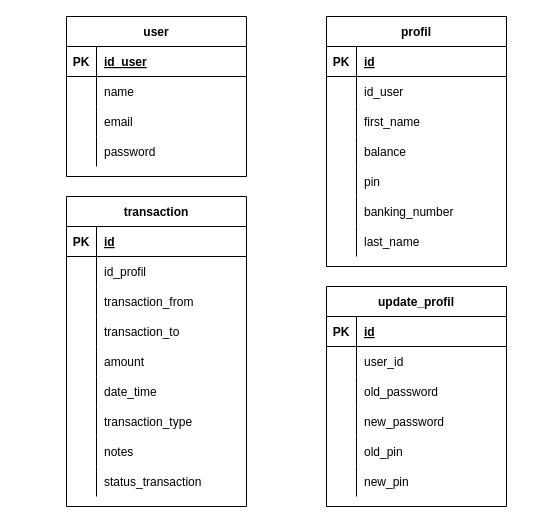
HimawanArifSM/fw9-backend keeps this draw.io diagram as erd.drawio. Above is the earlier version. Source tidied: cells renumbered, new cells numbered last; positions are measured from the earlier drawing's top-left corner, leaving out a move shared by most shapes. Both pictures are drawn from the tidied source at 100%, with x=0, y=0 at pixel (66, 16).
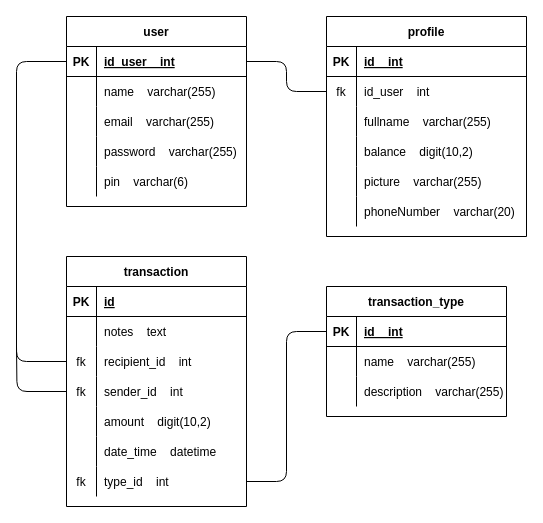
After the change.

Commit message:
chore: fixing tables database

Unchanged cells that the change refers to:
```xml
<mxCell id="3" style="shape=partialRectangle;fillColor=none;top=0;left=0;bottom=1;right=0;points=[[0,0.5],[1,0.5]];portConstraint=eastwest;" parent="2" vertex="1">
  <mxGeometry y="30" width="180" height="30" as="geometry" />
</mxCell>
<mxCell id="6" style="shape=partialRectangle;fillColor=none;top=0;left=0;bottom=0;right=0;" parent="2" vertex="1">
  <mxGeometry y="60" width="180" height="30" as="geometry" />
</mxCell>
<mxCell id="9" style="shape=partialRectangle;fillColor=none;top=0;left=0;bottom=0;right=0;" parent="2" vertex="1">
  <mxGeometry y="90" width="180" height="30" as="geometry" />
</mxCell>
<mxCell id="12" style="shape=partialRectangle;fillColor=none;top=0;left=0;bottom=0;right=0;" parent="2" vertex="1">
  <mxGeometry y="120" width="180" height="30" as="geometry" />
</mxCell>
<mxCell id="41" style="shape=partialRectangle;fillColor=none;top=0;left=0;bottom=0;right=0;" parent="37" vertex="1">
  <mxGeometry y="60" width="180" height="30" as="geometry" />
</mxCell>
<mxCell id="44" style="shape=partialRectangle;fillColor=none;top=0;left=0;bottom=0;right=0;points=[[0,0.5],[1,0.5]];portConstraint=eastwest;" parent="37" vertex="1">
  <mxGeometry y="90" width="180" height="30" as="geometry" />
</mxCell>
<mxCell id="47" style="shape=partialRectangle;fillColor=none;top=0;left=0;bottom=0;right=0;points=[[0,0.5],[1,0.5]];portConstraint=eastwest;" parent="37" vertex="1">
  <mxGeometry y="120" width="180" height="30" as="geometry" />
</mxCell>
<mxCell id="50" style="shape=partialRectangle;fillColor=none;top=0;left=0;bottom=0;right=0;" parent="37" vertex="1">
  <mxGeometry y="150" width="180" height="30" as="geometry" />
</mxCell>
<mxCell id="53" style="shape=partialRectangle;fillColor=none;top=0;left=0;bottom=0;right=0;" parent="37" vertex="1">
  <mxGeometry y="180" width="180" height="30" as="geometry" />
</mxCell>
<mxCell id="56" style="shape=partialRectangle;fillColor=none;top=0;left=0;bottom=0;right=0;points=[[0,0.5],[1,0.5]];portConstraint=eastwest;" parent="37" vertex="1">
  <mxGeometry y="210" width="180" height="30" as="geometry" />
</mxCell>
<mxCell id="66" style="shape=partialRectangle;fillColor=none;top=0;left=0;bottom=1;right=0;points=[[0,0.5],[1,0.5]];portConstraint=eastwest;" parent="65" vertex="1">
  <mxGeometry y="30" width="180" height="30" as="geometry" />
</mxCell>
<mxCell id="69" style="shape=partialRectangle;fillColor=none;top=0;left=0;bottom=0;right=0;" parent="65" vertex="1">
  <mxGeometry y="60" width="180" height="30" as="geometry" />
</mxCell>
<mxCell id="72" style="shape=partialRectangle;fillColor=none;top=0;left=0;bottom=0;right=0;" parent="65" vertex="1">
  <mxGeometry y="90" width="180" height="30" as="geometry" />
</mxCell>
```

Diff of the diagram source:
```diff
@@
     <mxCell id="2" value="user" style="shape=table;startSize=30;childLayout=tableLayout;rowLines=0;fontStyle=1;align=center;" parent="1" vertex="1">
-      <mxGeometry width="180" height="160" as="geometry" />
+      <mxGeometry width="180" height="190" as="geometry" />
     </mxCell>
@@
-    <mxCell id="5" value="id_user" style="shape=partialRectangle;fillColor=none;top=0;left=0;bottom=0;right=0;align=left;spacingLeft=6;fontStyle=5;overflow=hidden;" parent="3" vertex="1">
+    <mxCell id="5" value="id_user    int" style="shape=partialRectangle;fillColor=none;top=0;left=0;bottom=0;right=0;align=left;spacingLeft=6;fontStyle=5;overflow=hidden;" parent="3" vertex="1">
       <mxGeometry x="30" width="150" height="30" as="geometry" />
     </mxCell>
@@
-    <mxCell id="8" value="name" style="shape=partialRectangle;fillColor=none;top=0;left=0;bottom=0;right=0;align=left;spacingLeft=6;overflow=hidden;" parent="6" vertex="1">
+    <mxCell id="8" value="name    varchar(255)" style="shape=partialRectangle;fillColor=none;top=0;left=0;bottom=0;right=0;align=left;spacingLeft=6;overflow=hidden;" parent="6" vertex="1">
       <mxGeometry x="30" width="150" height="30" as="geometry" />
     </mxCell>
@@
-    <mxCell id="11" value="email" style="shape=partialRectangle;fillColor=none;top=0;left=0;bottom=0;right=0;align=left;spacingLeft=6;overflow=hidden;" parent="9" vertex="1">
+    <mxCell id="11" value="email    varchar(255)" style="shape=partialRectangle;fillColor=none;top=0;left=0;bottom=0;right=0;align=left;spacingLeft=6;overflow=hidden;" parent="9" vertex="1">
       <mxGeometry x="30" width="150" height="30" as="geometry" />
     </mxCell>
@@
-    <mxCell id="14" value="password" style="shape=partialRectangle;fillColor=none;top=0;left=0;bottom=0;right=0;align=left;spacingLeft=6;overflow=hidden;" parent="12" vertex="1">
+    <mxCell id="14" value="password    varchar(255)" style="shape=partialRectangle;fillColor=none;top=0;left=0;bottom=0;right=0;align=left;spacingLeft=6;overflow=hidden;" parent="12" vertex="1">
       <mxGeometry x="30" width="150" height="30" as="geometry" />
     </mxCell>
+    <mxCell id="84" style="shape=partialRectangle;fillColor=none;top=0;left=0;bottom=0;right=0;" parent="2" vertex="1">
+      <mxGeometry y="150" width="180" height="30" as="geometry" />
+    </mxCell>
+    <mxCell id="85" style="shape=partialRectangle;fillColor=none;top=0;left=0;bottom=0;right=0;overflow=hidden;" parent="84" vertex="1">
+      <mxGeometry width="30" height="30" as="geometry" />
+    </mxCell>
+    <mxCell id="86" value="pin    varchar(6)" style="shape=partialRectangle;fillColor=none;top=0;left=0;bottom=0;right=0;align=left;spacingLeft=6;overflow=hidden;" parent="84" vertex="1">
+      <mxGeometry x="30" width="150" height="30" as="geometry" />
+    </mxCell>
-    <mxCell id="15" value="profil" style="shape=table;startSize=30;childLayout=tableLayout;rowLines=0;fontStyle=1;align=center;" parent="1" vertex="1">
-      <mxGeometry x="260" width="180" height="250" as="geometry" />
+    <mxCell id="15" value="profile" style="shape=table;startSize=30;childLayout=tableLayout;rowLines=0;fontStyle=1;align=center;" parent="1" vertex="1">
+      <mxGeometry x="260" width="200" height="220" as="geometry" />
     </mxCell>
     <mxCell id="16" style="shape=partialRectangle;fillColor=none;top=0;left=0;bottom=1;right=0;" parent="15" vertex="1">
-      <mxGeometry y="30" width="180" height="30" as="geometry" />
+      <mxGeometry y="30" width="200" height="30" as="geometry" />
     </mxCell>
@@
-    <mxCell id="18" value="id" style="shape=partialRectangle;fillColor=none;top=0;left=0;bottom=0;right=0;align=left;spacingLeft=6;fontStyle=5;overflow=hidden;" parent="16" vertex="1">
-      <mxGeometry x="30" width="150" height="30" as="geometry" />
+    <mxCell id="18" value="id    int" style="shape=partialRectangle;fillColor=none;top=0;left=0;bottom=0;right=0;align=left;spacingLeft=6;fontStyle=5;overflow=hidden;" parent="16" vertex="1">
+      <mxGeometry x="30" width="170" height="30" as="geometry" />
     </mxCell>
     <mxCell id="19" style="shape=partialRectangle;fillColor=none;top=0;left=0;bottom=0;right=0;points=[[0,0.5],[1,0.5]];portConstraint=eastwest;" parent="15" vertex="1">
-      <mxGeometry y="60" width="180" height="30" as="geometry" />
+      <mxGeometry y="60" width="200" height="30" as="geometry" />
     </mxCell>
-    <mxCell id="20" style="shape=partialRectangle;fillColor=none;top=0;left=0;bottom=0;right=0;overflow=hidden;" parent="19" vertex="1">
+    <mxCell id="20" value="fk" style="shape=partialRectangle;fillColor=none;top=0;left=0;bottom=0;right=0;overflow=hidden;" parent="19" vertex="1">
       <mxGeometry width="30" height="30" as="geometry" />
     </mxCell>
-    <mxCell id="21" value="id_user" style="shape=partialRectangle;fillColor=none;top=0;left=0;bottom=0;right=0;align=left;spacingLeft=6;overflow=hidden;" parent="19" vertex="1">
-      <mxGeometry x="30" width="150" height="30" as="geometry" />
+    <mxCell id="21" value="id_user    int" style="shape=partialRectangle;fillColor=none;top=0;left=0;bottom=0;right=0;align=left;spacingLeft=6;overflow=hidden;" parent="19" vertex="1">
+      <mxGeometry x="30" width="170" height="30" as="geometry" />
     </mxCell>
     <mxCell id="22" style="shape=partialRectangle;fillColor=none;top=0;left=0;bottom=0;right=0;" parent="15" vertex="1">
-      <mxGeometry y="90" width="180" height="30" as="geometry" />
+      <mxGeometry y="90" width="200" height="30" as="geometry" />
     </mxCell>
@@
-    <mxCell id="24" value="first_name" style="shape=partialRectangle;fillColor=none;top=0;left=0;bottom=0;right=0;align=left;spacingLeft=6;overflow=hidden;" parent="22" vertex="1">
-      <mxGeometry x="30" width="150" height="30" as="geometry" />
+    <mxCell id="24" value="fullname    varchar(255)" style="shape=partialRectangle;fillColor=none;top=0;left=0;bottom=0;right=0;align=left;spacingLeft=6;overflow=hidden;" parent="22" vertex="1">
+      <mxGeometry x="30" width="170" height="30" as="geometry" />
     </mxCell>
     <mxCell id="25" style="shape=partialRectangle;fillColor=none;top=0;left=0;bottom=0;right=0;" parent="15" vertex="1">
-      <mxGeometry y="120" width="180" height="30" as="geometry" />
+      <mxGeometry y="120" width="200" height="30" as="geometry" />
     </mxCell>
@@
-    <mxCell id="27" value="balance" style="shape=partialRectangle;fillColor=none;top=0;left=0;bottom=0;right=0;align=left;spacingLeft=6;overflow=hidden;" parent="25" vertex="1">
-      <mxGeometry x="30" width="150" height="30" as="geometry" />
+    <mxCell id="27" value="balance    digit(10,2)" style="shape=partialRectangle;fillColor=none;top=0;left=0;bottom=0;right=0;align=left;spacingLeft=6;overflow=hidden;" parent="25" vertex="1">
+      <mxGeometry x="30" width="170" height="30" as="geometry" />
     </mxCell>
-    <mxCell id="28" style="shape=partialRectangle;fillColor=none;top=0;left=0;bottom=0;right=0;" parent="15" vertex="1">
-      <mxGeometry y="150" width="180" height="30" as="geometry" />
-    </mxCell>
-    <mxCell id="29" style="shape=partialRectangle;fillColor=none;top=0;left=0;bottom=0;right=0;overflow=hidden;" parent="28" vertex="1">
-      <mxGeometry width="30" height="30" as="geometry" />
-    </mxCell>
-    <mxCell id="30" value="pin" style="shape=partialRectangle;fillColor=none;top=0;left=0;bottom=0;right=0;align=left;spacingLeft=6;overflow=hidden;" parent="28" vertex="1">
-      <mxGeometry x="30" width="150" height="30" as="geometry" />
-    </mxCell>
-    <mxCell id="31" style="shape=partialRectangle;fillColor=none;top=0;left=0;bottom=0;right=0;" parent="15" vertex="1">
-      <mxGeometry y="180" width="180" height="30" as="geometry" />
-    </mxCell>
-    <mxCell id="32" style="shape=partialRectangle;fillColor=none;top=0;left=0;bottom=0;right=0;overflow=hidden;" parent="31" vertex="1">
-      <mxGeometry width="30" height="30" as="geometry" />
-    </mxCell>
-    <mxCell id="33" value="banking_number" style="shape=partialRectangle;fillColor=none;top=0;left=0;bottom=0;right=0;align=left;spacingLeft=6;overflow=hidden;" parent="31" vertex="1">
-      <mxGeometry x="30" width="150" height="30" as="geometry" />
-    </mxCell>
-    <mxCell id="34" style="shape=partialRectangle;fillColor=none;top=0;left=0;bottom=0;right=0;" parent="15" vertex="1">
-      <mxGeometry y="210" width="180" height="30" as="geometry" />
-    </mxCell>
-    <mxCell id="35" style="shape=partialRectangle;fillColor=none;top=0;left=0;bottom=0;right=0;overflow=hidden;" parent="34" vertex="1">
-      <mxGeometry width="30" height="30" as="geometry" />
-    </mxCell>
-    <mxCell id="36" value="last_name" style="shape=partialRectangle;fillColor=none;top=0;left=0;bottom=0;right=0;align=left;spacingLeft=6;overflow=hidden;" parent="34" vertex="1">
-      <mxGeometry x="30" width="150" height="30" as="geometry" />
-    </mxCell>
+    <mxCell id="87" style="shape=partialRectangle;fillColor=none;top=0;left=0;bottom=0;right=0;" parent="15" vertex="1">
+      <mxGeometry y="150" width="200" height="30" as="geometry" />
+    </mxCell>
+    <mxCell id="88" style="shape=partialRectangle;fillColor=none;top=0;left=0;bottom=0;right=0;overflow=hidden;" parent="87" vertex="1">
+      <mxGeometry width="30" height="30" as="geometry" />
+    </mxCell>
+    <mxCell id="89" value="picture    varchar(255)" style="shape=partialRectangle;fillColor=none;top=0;left=0;bottom=0;right=0;align=left;spacingLeft=6;overflow=hidden;" parent="87" vertex="1">
+      <mxGeometry x="30" width="170" height="30" as="geometry" />
+    </mxCell>
+    <mxCell id="90" style="shape=partialRectangle;fillColor=none;top=0;left=0;bottom=0;right=0;" parent="15" vertex="1">
+      <mxGeometry y="180" width="200" height="30" as="geometry" />
+    </mxCell>
+    <mxCell id="91" style="shape=partialRectangle;fillColor=none;top=0;left=0;bottom=0;right=0;overflow=hidden;" parent="90" vertex="1">
+      <mxGeometry width="30" height="30" as="geometry" />
+    </mxCell>
+    <mxCell id="92" value="phoneNumber    varchar(20)" style="shape=partialRectangle;fillColor=none;top=0;left=0;bottom=0;right=0;align=left;spacingLeft=6;overflow=hidden;" parent="90" vertex="1">
+      <mxGeometry x="30" width="170" height="30" as="geometry" />
+    </mxCell>
     <mxCell id="37" value="transaction" style="shape=table;startSize=30;childLayout=tableLayout;rowLines=0;fontStyle=1;align=center;" parent="1" vertex="1">
-      <mxGeometry y="180" width="180" height="310" as="geometry" />
+      <mxGeometry y="240" width="180" height="250" as="geometry" />
     </mxCell>
@@
-    <mxCell id="43" value="id_profil" style="shape=partialRectangle;fillColor=none;top=0;left=0;bottom=0;right=0;align=left;spacingLeft=6;overflow=hidden;" parent="41" vertex="1">
+    <mxCell id="43" value="notes    text" style="shape=partialRectangle;fillColor=none;top=0;left=0;bottom=0;right=0;align=left;spacingLeft=6;overflow=hidden;" parent="41" vertex="1">
       <mxGeometry x="30" width="150" height="30" as="geometry" />
     </mxCell>
@@
-    <mxCell id="45" style="shape=partialRectangle;fillColor=none;top=0;left=0;bottom=0;right=0;overflow=hidden;" parent="44" vertex="1">
+    <mxCell id="45" value="fk" style="shape=partialRectangle;fillColor=none;top=0;left=0;bottom=0;right=0;overflow=hidden;" parent="44" vertex="1">
       <mxGeometry width="30" height="30" as="geometry" />
     </mxCell>
-    <mxCell id="46" value="transaction_from" style="shape=partialRectangle;fillColor=none;top=0;left=0;bottom=0;right=0;align=left;spacingLeft=6;overflow=hidden;" parent="44" vertex="1">
+    <mxCell id="46" value="recipient_id    int" style="shape=partialRectangle;fillColor=none;top=0;left=0;bottom=0;right=0;align=left;spacingLeft=6;overflow=hidden;" parent="44" vertex="1">
       <mxGeometry x="30" width="150" height="30" as="geometry" />
     </mxCell>
@@
-    <mxCell id="48" style="shape=partialRectangle;fillColor=none;top=0;left=0;bottom=0;right=0;overflow=hidden;" parent="47" vertex="1">
+    <mxCell id="48" value="fk" style="shape=partialRectangle;fillColor=none;top=0;left=0;bottom=0;right=0;overflow=hidden;" parent="47" vertex="1">
       <mxGeometry width="30" height="30" as="geometry" />
     </mxCell>
-    <mxCell id="49" value="transaction_to" style="shape=partialRectangle;fillColor=none;top=0;left=0;bottom=0;right=0;align=left;spacingLeft=6;overflow=hidden;" parent="47" vertex="1">
+    <mxCell id="49" value="sender_id    int" style="shape=partialRectangle;fillColor=none;top=0;left=0;bottom=0;right=0;align=left;spacingLeft=6;overflow=hidden;" parent="47" vertex="1">
       <mxGeometry x="30" width="150" height="30" as="geometry" />
     </mxCell>
@@
-    <mxCell id="52" value="amount" style="shape=partialRectangle;fillColor=none;top=0;left=0;bottom=0;right=0;align=left;spacingLeft=6;overflow=hidden;" parent="50" vertex="1">
+    <mxCell id="52" value="amount    digit(10,2)" style="shape=partialRectangle;fillColor=none;top=0;left=0;bottom=0;right=0;align=left;spacingLeft=6;overflow=hidden;" parent="50" vertex="1">
       <mxGeometry x="30" width="150" height="30" as="geometry" />
     </mxCell>
@@
-    <mxCell id="55" value="date_time" style="shape=partialRectangle;fillColor=none;top=0;left=0;bottom=0;right=0;align=left;spacingLeft=6;overflow=hidden;" parent="53" vertex="1">
+    <mxCell id="55" value="date_time    datetime" style="shape=partialRectangle;fillColor=none;top=0;left=0;bottom=0;right=0;align=left;spacingLeft=6;overflow=hidden;" parent="53" vertex="1">
       <mxGeometry x="30" width="150" height="30" as="geometry" />
     </mxCell>
@@
-    <mxCell id="57" style="shape=partialRectangle;fillColor=none;top=0;left=0;bottom=0;right=0;overflow=hidden;" parent="56" vertex="1">
+    <mxCell id="57" value="fk" style="shape=partialRectangle;fillColor=none;top=0;left=0;bottom=0;right=0;overflow=hidden;" parent="56" vertex="1">
       <mxGeometry width="30" height="30" as="geometry" />
     </mxCell>
-    <mxCell id="58" value="transaction_type" style="shape=partialRectangle;fillColor=none;top=0;left=0;bottom=0;right=0;align=left;spacingLeft=6;overflow=hidden;" parent="56" vertex="1">
+    <mxCell id="58" value="type_id    int" style="shape=partialRectangle;fillColor=none;top=0;left=0;bottom=0;right=0;align=left;spacingLeft=6;overflow=hidden;" parent="56" vertex="1">
       <mxGeometry x="30" width="150" height="30" as="geometry" />
     </mxCell>
-    <mxCell id="59" style="shape=partialRectangle;fillColor=none;top=0;left=0;bottom=0;right=0;" parent="37" vertex="1">
-      <mxGeometry y="240" width="180" height="30" as="geometry" />
-    </mxCell>
-    <mxCell id="60" style="shape=partialRectangle;fillColor=none;top=0;left=0;bottom=0;right=0;overflow=hidden;" parent="59" vertex="1">
-      <mxGeometry width="30" height="30" as="geometry" />
-    </mxCell>
-    <mxCell id="61" value="notes" style="shape=partialRectangle;fillColor=none;top=0;left=0;bottom=0;right=0;align=left;spacingLeft=6;overflow=hidden;" parent="59" vertex="1">
-      <mxGeometry x="30" width="150" height="30" as="geometry" />
-    </mxCell>
-    <mxCell id="62" style="shape=partialRectangle;fillColor=none;top=0;left=0;bottom=0;right=0;" parent="37" vertex="1">
-      <mxGeometry y="270" width="180" height="30" as="geometry" />
-    </mxCell>
-    <mxCell id="63" style="shape=partialRectangle;fillColor=none;top=0;left=0;bottom=0;right=0;overflow=hidden;" parent="62" vertex="1">
-      <mxGeometry width="30" height="30" as="geometry" />
-    </mxCell>
-    <mxCell id="64" value="status_transaction" style="shape=partialRectangle;fillColor=none;top=0;left=0;bottom=0;right=0;align=left;spacingLeft=6;overflow=hidden;" parent="62" vertex="1">
-      <mxGeometry x="30" width="150" height="30" as="geometry" />
-    </mxCell>
-    <mxCell id="65" value="update_profil" style="shape=table;startSize=30;childLayout=tableLayout;rowLines=0;fontStyle=1;align=center;" parent="1" vertex="1">
-      <mxGeometry x="260" y="270" width="180" height="220" as="geometry" />
+    <mxCell id="65" value="transaction_type" style="shape=table;startSize=30;childLayout=tableLayout;rowLines=0;fontStyle=1;align=center;" parent="1" vertex="1">
+      <mxGeometry x="260" y="270" width="180" height="130" as="geometry" />
     </mxCell>
@@
-    <mxCell id="68" value="id" style="shape=partialRectangle;fillColor=none;top=0;left=0;bottom=0;right=0;align=left;spacingLeft=6;fontStyle=5;overflow=hidden;" parent="66" vertex="1">
+    <mxCell id="68" value="id    int" style="shape=partialRectangle;fillColor=none;top=0;left=0;bottom=0;right=0;align=left;spacingLeft=6;fontStyle=5;overflow=hidden;" parent="66" vertex="1">
       <mxGeometry x="30" width="150" height="30" as="geometry" />
     </mxCell>
@@
-    <mxCell id="71" value="user_id" style="shape=partialRectangle;fillColor=none;top=0;left=0;bottom=0;right=0;align=left;spacingLeft=6;overflow=hidden;" parent="69" vertex="1">
+    <mxCell id="71" value="name    varchar(255)" style="shape=partialRectangle;fillColor=none;top=0;left=0;bottom=0;right=0;align=left;spacingLeft=6;overflow=hidden;" parent="69" vertex="1">
       <mxGeometry x="30" width="150" height="30" as="geometry" />
     </mxCell>
@@
-    <mxCell id="74" value="old_password" style="shape=partialRectangle;fillColor=none;top=0;left=0;bottom=0;right=0;align=left;spacingLeft=6;overflow=hidden;" parent="72" vertex="1">
+    <mxCell id="74" value="description    varchar(255)" style="shape=partialRectangle;fillColor=none;top=0;left=0;bottom=0;right=0;align=left;spacingLeft=6;overflow=hidden;" parent="72" vertex="1">
       <mxGeometry x="30" width="150" height="30" as="geometry" />
     </mxCell>
-    <mxCell id="75" style="shape=partialRectangle;fillColor=none;top=0;left=0;bottom=0;right=0;" parent="65" vertex="1">
-      <mxGeometry y="120" width="180" height="30" as="geometry" />
-    </mxCell>
-    <mxCell id="76" style="shape=partialRectangle;fillColor=none;top=0;left=0;bottom=0;right=0;overflow=hidden;" parent="75" vertex="1">
-      <mxGeometry width="30" height="30" as="geometry" />
-    </mxCell>
-    <mxCell id="77" value="new_password" style="shape=partialRectangle;fillColor=none;top=0;left=0;bottom=0;right=0;align=left;spacingLeft=6;overflow=hidden;" parent="75" vertex="1">
-      <mxGeometry x="30" width="150" height="30" as="geometry" />
-    </mxCell>
-    <mxCell id="78" style="shape=partialRectangle;fillColor=none;top=0;left=0;bottom=0;right=0;" parent="65" vertex="1">
-      <mxGeometry y="150" width="180" height="30" as="geometry" />
-    </mxCell>
-    <mxCell id="79" style="shape=partialRectangle;fillColor=none;top=0;left=0;bottom=0;right=0;overflow=hidden;" parent="78" vertex="1">
-      <mxGeometry width="30" height="30" as="geometry" />
-    </mxCell>
-    <mxCell id="80" value="old_pin" style="shape=partialRectangle;fillColor=none;top=0;left=0;bottom=0;right=0;align=left;spacingLeft=6;overflow=hidden;" parent="78" vertex="1">
-      <mxGeometry x="30" width="150" height="30" as="geometry" />
-    </mxCell>
-    <mxCell id="81" style="shape=partialRectangle;fillColor=none;top=0;left=0;bottom=0;right=0;" parent="65" vertex="1">
-      <mxGeometry y="180" width="180" height="30" as="geometry" />
-    </mxCell>
-    <mxCell id="82" style="shape=partialRectangle;fillColor=none;top=0;left=0;bottom=0;right=0;overflow=hidden;" parent="81" vertex="1">
-      <mxGeometry width="30" height="30" as="geometry" />
-    </mxCell>
-    <mxCell id="83" value="new_pin" style="shape=partialRectangle;fillColor=none;top=0;left=0;bottom=0;right=0;align=left;spacingLeft=6;overflow=hidden;" parent="81" vertex="1">
-      <mxGeometry x="30" width="150" height="30" as="geometry" />
-    </mxCell>
+    <mxCell id="93" style="edgeStyle=orthogonalEdgeStyle;html=1;entryX=0;entryY=0.5;entryDx=0;entryDy=0;endArrow=none;endFill=0;" parent="1" edge="1" source="56" target="66">
+      <mxGeometry relative="1" as="geometry" />
+    </mxCell>
+    <mxCell id="94" style="edgeStyle=orthogonalEdgeStyle;html=1;entryX=0;entryY=0.5;entryDx=0;entryDy=0;endArrow=none;endFill=0;" parent="1" edge="1" source="3" target="19">
+      <mxGeometry relative="1" as="geometry" />
+    </mxCell>
+    <mxCell id="95" style="edgeStyle=orthogonalEdgeStyle;html=1;entryX=0;entryY=0.5;entryDx=0;entryDy=0;endArrow=none;endFill=0;" parent="1" edge="1" source="44" target="3">
+      <mxGeometry relative="1" as="geometry">
+        <Array as="points">
+          <mxPoint x="-50" y="345" />
+          <mxPoint x="-50" y="45" />
+        </Array>
+      </mxGeometry>
+    </mxCell>
+    <mxCell id="96" style="edgeStyle=orthogonalEdgeStyle;html=1;exitX=0;exitY=0.5;exitDx=0;exitDy=0;endArrow=none;endFill=0;" parent="1" edge="1" source="47">
+      <mxGeometry relative="1" as="geometry">
+        <mxPoint x="-50" y="330" as="targetPoint" />
+      </mxGeometry>
+    </mxCell>
```
